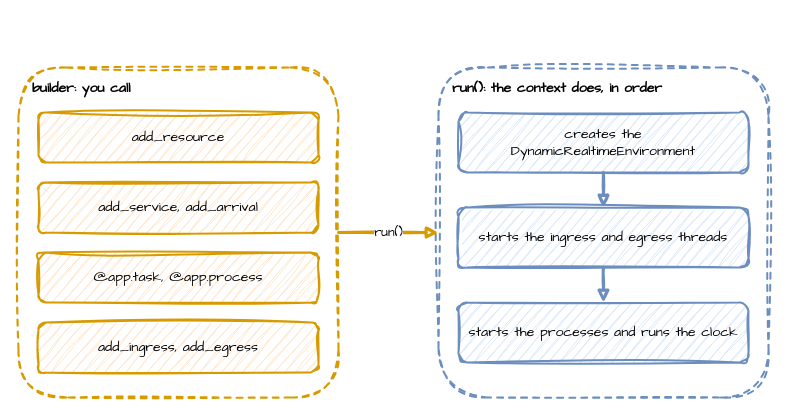
The draw.io diagram docs/assets/diagrams/builder-then-run.drawio in jaehyeon-kim/desflow, before the edit. Source tidied: cells renumbered, new cells numbered last; positions are measured from the earlier drawing's top-left corner, leaving out a move shared by most shapes. Both pictures are drawn from the tidied source at 100%, with x=0, y=0 at pixel (18, 67).
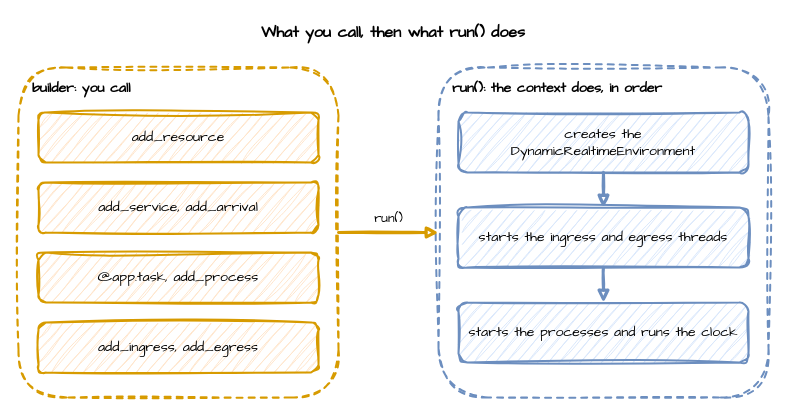
Above is the later version.

Change to the diagram source:
```diff
@@
 <mxGraphModel>
   <root>
     <mxCell id="0" />
     <mxCell id="1" parent="0" />
+    <mxCell id="14" value="What you call, then what run() does" style="text;html=1;align=center;verticalAlign=middle;whiteSpace=wrap;fontFamily=Comic Sans MS;fontSize=16;fontStyle=1;" parent="1" vertex="1">
+      <mxGeometry y="-50" width="750" height="30" as="geometry" />
+    </mxCell>
     <mxCell id="2" value="run(): the context does, in order" style="rounded=1;whiteSpace=wrap;html=1;sketch=1;curveFitting=1;jiggle=2;fontFamily=Comic Sans MS;fontSize=14;fillColor=none;strokeColor=#6c8ebf;strokeWidth=2;dashed=1;verticalAlign=top;align=left;spacingLeft=12;spacingTop=6;fontStyle=1;" parent="1" vertex="1">
       <mxGeometry x="420" width="330" height="330" as="geometry" />
     </mxCell>
     <mxCell id="3" value="builder: you call" style="rounded=1;whiteSpace=wrap;html=1;sketch=1;curveFitting=1;jiggle=2;fontFamily=Comic Sans MS;fontSize=14;fillColor=none;strokeColor=#d79b00;strokeWidth=2;dashed=1;verticalAlign=top;align=left;spacingLeft=12;spacingTop=6;fontStyle=1;" parent="1" vertex="1">
       <mxGeometry width="320" height="330" as="geometry" />
     </mxCell>
     <mxCell id="4" value="add_resource" style="rounded=1;whiteSpace=wrap;html=1;sketch=1;curveFitting=1;jiggle=2;fontFamily=Comic Sans MS;fontSize=14;fillColor=#ffe6cc;strokeColor=#d79b00;strokeWidth=2;" parent="1" vertex="1">
       <mxGeometry x="20" y="45" width="280" height="50" as="geometry" />
     </mxCell>
     <mxCell id="5" value="add_service, add_arrival" style="rounded=1;whiteSpace=wrap;html=1;sketch=1;curveFitting=1;jiggle=2;fontFamily=Comic Sans MS;fontSize=14;fillColor=#ffe6cc;strokeColor=#d79b00;strokeWidth=2;" parent="1" vertex="1">
       <mxGeometry x="20" y="115" width="280" height="50" as="geometry" />
     </mxCell>
-    <mxCell id="6" value="@app.task, @app.process" style="rounded=1;whiteSpace=wrap;html=1;sketch=1;curveFitting=1;jiggle=2;fontFamily=Comic Sans MS;fontSize=14;fillColor=#ffe6cc;strokeColor=#d79b00;strokeWidth=2;" parent="1" vertex="1">
+    <mxCell id="6" value="@app.task, add_process" style="rounded=1;whiteSpace=wrap;html=1;sketch=1;curveFitting=1;jiggle=2;fontFamily=Comic Sans MS;fontSize=14;fillColor=#ffe6cc;strokeColor=#d79b00;strokeWidth=2;" parent="1" vertex="1">
       <mxGeometry x="20" y="185" width="280" height="50" as="geometry" />
     </mxCell>
     <mxCell id="7" value="add_ingress, add_egress" style="rounded=1;whiteSpace=wrap;html=1;sketch=1;curveFitting=1;jiggle=2;fontFamily=Comic Sans MS;fontSize=14;fillColor=#ffe6cc;strokeColor=#d79b00;strokeWidth=2;" parent="1" vertex="1">
       <mxGeometry x="20" y="255" width="280" height="50" as="geometry" />
     </mxCell>
     <mxCell id="8" value="creates the&lt;br&gt;DynamicRealtimeEnvironment" style="rounded=1;whiteSpace=wrap;html=1;sketch=1;curveFitting=1;jiggle=2;fontFamily=Comic Sans MS;fontSize=14;fillColor=#dae8fc;strokeColor=#6c8ebf;strokeWidth=2;" parent="1" vertex="1">
       <mxGeometry x="440" y="45" width="290" height="60" as="geometry" />
     </mxCell>
     <mxCell id="9" value="starts the ingress and egress threads" style="rounded=1;whiteSpace=wrap;html=1;sketch=1;curveFitting=1;jiggle=2;fontFamily=Comic Sans MS;fontSize=14;fillColor=#dae8fc;strokeColor=#6c8ebf;strokeWidth=2;" parent="1" vertex="1">
       <mxGeometry x="440" y="140" width="290" height="60" as="geometry" />
     </mxCell>
     <mxCell id="10" value="starts the processes and runs the clock" style="rounded=1;whiteSpace=wrap;html=1;sketch=1;curveFitting=1;jiggle=2;fontFamily=Comic Sans MS;fontSize=14;fillColor=#dae8fc;strokeColor=#6c8ebf;strokeWidth=2;" parent="1" vertex="1">
       <mxGeometry x="440" y="235" width="290" height="60" as="geometry" />
     </mxCell>
     <mxCell id="11" style="edgeStyle=orthogonalEdgeStyle;rounded=0;sketch=1;html=1;strokeWidth=3;endArrow=block;strokeColor=#6c8ebf;fontFamily=Comic Sans MS;fontSize=13;labelBackgroundColor=#ffffff;exitX=0.5;exitY=1;exitDx=0;exitDy=0;entryX=0.5;entryY=0;entryDx=0;entryDy=0;" parent="1" edge="1" source="8" target="9">
       <mxGeometry relative="1" as="geometry" />
     </mxCell>
     <mxCell id="12" style="edgeStyle=orthogonalEdgeStyle;rounded=0;sketch=1;html=1;strokeWidth=3;endArrow=block;strokeColor=#6c8ebf;fontFamily=Comic Sans MS;fontSize=13;labelBackgroundColor=#ffffff;exitX=0.5;exitY=1;exitDx=0;exitDy=0;entryX=0.5;entryY=0;entryDx=0;entryDy=0;" parent="1" edge="1" source="9" target="10">
       <mxGeometry relative="1" as="geometry" />
     </mxCell>
     <mxCell id="13" value="run()" style="edgeStyle=orthogonalEdgeStyle;rounded=0;sketch=1;html=1;strokeWidth=3;endArrow=block;strokeColor=#d79b00;fontFamily=Comic Sans MS;fontSize=13;labelBackgroundColor=#ffffff;exitX=1;exitY=0.5;exitDx=0;exitDy=0;entryX=0;entryY=0.5;entryDx=0;entryDy=0;" parent="1" edge="1" source="3" target="2">
-      <mxGeometry relative="1" as="geometry" />
+      <mxGeometry relative="1" as="geometry">
+        <mxPoint y="-14" as="offset" />
+      </mxGeometry>
     </mxCell>
   </root>
 </mxGraphModel>
```
